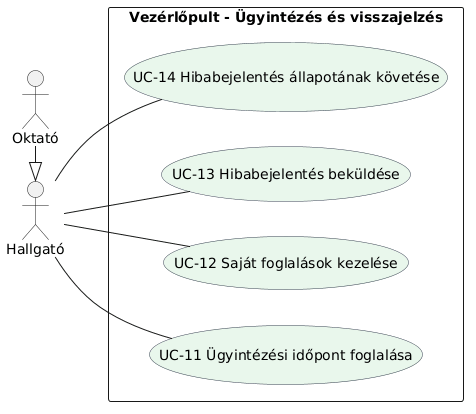
This is H3/uml/6.png from DavidGergo/SoftTech, a PlantUML export, as it was before one commit.
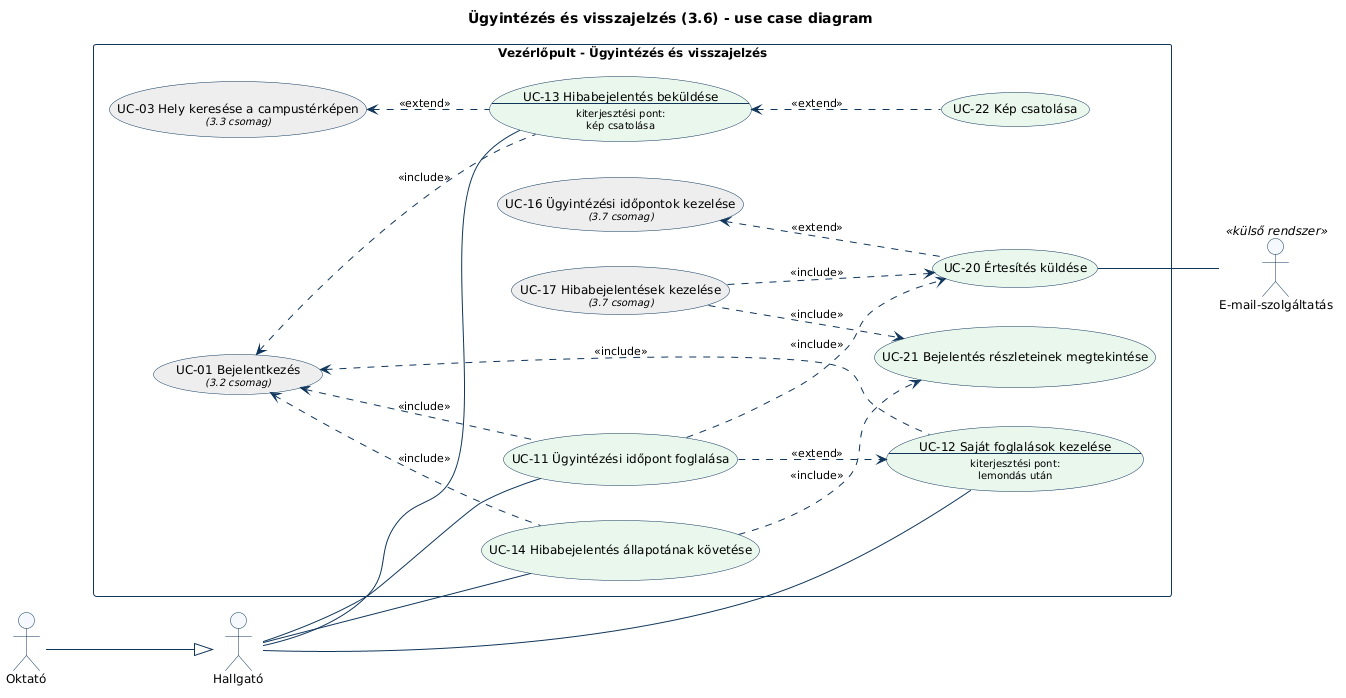
Above is the later version.

Commit message:
H3 0.4: include és extend kapcsolatok a use case modellben

What changed in the source:
```diff
@@ -1,25 +1,48 @@
 @startuml
+skinparam shadowing false
+skinparam defaultFontName Arial
+skinparam defaultFontSize 12
+skinparam ActorBorderColor #10365C
+skinparam ActorBackgroundColor #F5F8FC
+skinparam UsecaseBorderColor #10365C
+skinparam ArrowColor #10365C
+skinparam RectangleBorderColor #10365C
+skinparam RectangleFontStyle bold
+skinparam ArrowFontSize 11
+title Ügyintézés és visszajelzés (3.6) - use case diagram
 left to right direction
-skinparam actorStyle stick
-skinparam usecase {
-  BackgroundColor #E9F7EC
-  BorderColor #374151
+actor "Hallgató" as A02
+actor "Oktató" as A03
+actor "E-mail-szolgáltatás" as A08 <<külső rendszer>>
+rectangle "Vezérlőpult - Ügyintézés és visszajelzés" {
+  usecase "UC-11 Ügyintézési időpont foglalása" as UC11 #E9F7EC
+  usecase "UC-12 Saját foglalások kezelése\n--\n<size:10>kiterjesztési pont:</size>\n<size:10>lemondás után</size>" as UC12 #E9F7EC
+  usecase "UC-13 Hibabejelentés beküldése\n--\n<size:10>kiterjesztési pont:</size>\n<size:10>kép csatolása</size>" as UC13 #E9F7EC
+  usecase "UC-14 Hibabejelentés állapotának követése" as UC14 #E9F7EC
+  usecase "UC-20 Értesítés küldése" as UC20 #E9F7EC
+  usecase "UC-21 Bejelentés részleteinek megtekintése" as UC21 #E9F7EC
+  usecase "UC-22 Kép csatolása" as UC22 #E9F7EC
+  usecase "UC-01 Bejelentkezés\n<size:10><i>(3.2 csomag)</i></size>" as UC01 #EEEEEE
+  usecase "UC-17 Hibabejelentések kezelése\n<size:10><i>(3.7 csomag)</i></size>" as UC17 #EEEEEE
+  usecase "UC-03 Hely keresése a campustérképen\n<size:10><i>(3.3 csomag)</i></size>" as UC03 #EEEEEE
+  usecase "UC-16 Ügyintézési időpontok kezelése\n<size:10><i>(3.7 csomag)</i></size>" as UC16 #EEEEEE
 }
-
-actor "Hallgató" as Hallgato
-actor "Oktató" as Oktato
-
-Oktato -|> Hallgato
-
-rectangle "Vezérlőpult - Ügyintézés és visszajelzés" {
-  usecase "UC-11 Ügyintézési időpont foglalása" as UC11
-  usecase "UC-12 Saját foglalások kezelése" as UC12
-  usecase "UC-13 Hibabejelentés beküldése" as UC13
-  usecase "UC-14 Hibabejelentés állapotának követése" as UC14
-}
-
-Hallgato -- UC11
-Hallgato -- UC12
-Hallgato -- UC13
-Hallgato -- UC14
+A03 --|> A02
+A02 -- UC11
+A02 -- UC12
+A02 -- UC13
+A02 -- UC14
+UC20 -- A08
+UC01 <.. UC11 : <<include>>
+UC01 <.. UC12 : <<include>>
+UC01 <.. UC13 : <<include>>
+UC01 <.. UC14 : <<include>>
+UC11 ..> UC20 : <<include>>
+UC17 ..> UC20 : <<include>>
+UC14 ..> UC21 : <<include>>
+UC17 ..> UC21 : <<include>>
+UC03 <.. UC13 : <<extend>>
+UC11 ..> UC12 : <<extend>>
+UC13 <.. UC22 : <<extend>>
+UC16 <.. UC20 : <<extend>>
 @enduml
```
